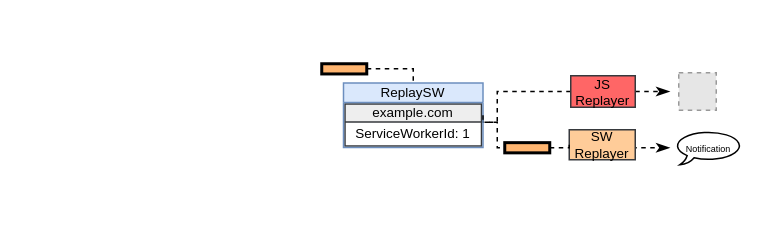
Before: page "sw-replayer" (6 of 6) of replay-diagrams.drawio in jallen89/jscapsule-figures, a draw.io diagram. Source tidied: cells renumbered, new cells numbered last; positions are measured from the earlier drawing's top-left corner, leaving out a move shared by most shapes. Both pictures are drawn from the tidied source at 150%, with x=0, y=0 at pixel (321, 63). Pictures stored in the file or linked from it are replaced by grey dashed boxes.
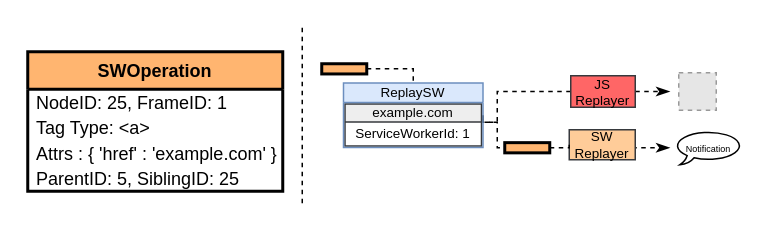
After the change.

Diff of the diagram source:
```diff
@@
-    <mxCell id="10" style="group;" parent="1" vertex="1">
-      <mxGeometry x="14.5" y="12.8" width="93" height="76" as="geometry" />
-    </mxCell>
-    <mxCell id="11" value="example.com" style="swimlane;fontStyle=0;horizontal=1;startSize=12;strokeWidth=1;fillColor=#eeeeee;strokeColor=#36393d;align=center;fontSize=9;" parent="10" vertex="1">
-      <mxGeometry x="1" y="14" width="91" height="28" as="geometry" />
-    </mxCell>
-    <mxCell id="12" value="ServiceWorkerId: 1" style="text;strokeColor=none;fillColor=none;align=center;verticalAlign=middle;spacingLeft=4;spacingRight=4;overflow=hidden;strokeWidth=1;fontSize=9;" parent="11" vertex="1">
-      <mxGeometry y="12" width="91" height="16" as="geometry" />
-    </mxCell>
-    <mxCell id="13" value="ReplaySW" style="swimlane;fillColor=#dae8fc;strokeColor=#6c8ebf;startSize=13;fontSize=9;fontStyle=0;" parent="10" vertex="1">
-      <mxGeometry width="93" height="43" as="geometry" />
-    </mxCell>
@@
+    <mxCell id="11" value="example.com" style="swimlane;fontStyle=0;horizontal=1;startSize=12;strokeWidth=1;fillColor=#eeeeee;strokeColor=#36393d;align=center;fontSize=9;" parent="1" vertex="1">
+      <mxGeometry x="15.5" y="26.8" width="91" height="28" as="geometry" />
+    </mxCell>
+    <mxCell id="12" value="ServiceWorkerId: 1" style="text;strokeColor=none;fillColor=none;align=center;verticalAlign=middle;spacingLeft=4;spacingRight=4;overflow=hidden;strokeWidth=1;fontSize=9;" parent="11" vertex="1">
+      <mxGeometry y="12" width="91" height="16" as="geometry" />
+    </mxCell>
+    <mxCell id="13" value="ReplaySW" style="swimlane;fillColor=#dae8fc;strokeColor=#6c8ebf;startSize=13;fontSize=9;fontStyle=0;" parent="1" vertex="1">
+      <mxGeometry x="14.5" y="12.8" width="93" height="43" as="geometry" />
+    </mxCell>
+    <mxCell id="18" value="SWOperation" style="swimlane;fontStyle=1;horizontal=1;startSize=25;fontFamily=Helvetica;strokeColor=#000000;strokeWidth=2;fillColor=#FFB570;gradientColor=none;" parent="1" vertex="1">
+      <mxGeometry x="-196" y="-8" width="170" height="93" as="geometry" />
+    </mxCell>
+    <mxCell id="19" value="NodeID: 25, FrameID: 1" style="text;strokeColor=none;fillColor=none;align=left;verticalAlign=middle;spacingLeft=4;spacingRight=4;overflow=hidden;fontFamily=Helvetica;" parent="18" vertex="1">
+      <mxGeometry y="25" width="170" height="17" as="geometry" />
+    </mxCell>
+    <mxCell id="20" value="Tag Type: &lt;a&gt;" style="text;strokeColor=none;fillColor=none;align=left;verticalAlign=middle;spacingLeft=4;spacingRight=4;overflow=hidden;fontFamily=Helvetica;" parent="18" vertex="1">
+      <mxGeometry y="42" width="170" height="17" as="geometry" />
+    </mxCell>
+    <mxCell id="21" value="Attrs : { 'href' : 'example.com' }" style="text;strokeColor=none;fillColor=none;align=left;verticalAlign=middle;spacingLeft=4;spacingRight=4;overflow=hidden;fontFamily=Helvetica;" parent="18" vertex="1">
+      <mxGeometry y="59" width="170" height="17" as="geometry" />
+    </mxCell>
+    <mxCell id="22" value="ParentID: 5, SiblingID: 25" style="text;strokeColor=none;fillColor=none;align=left;verticalAlign=middle;spacingLeft=4;spacingRight=4;overflow=hidden;fontFamily=Helvetica;" parent="18" vertex="1">
+      <mxGeometry y="76" width="170" height="17" as="geometry" />
+    </mxCell>
+    <mxCell id="23" style="endArrow=none;dashed=1;html=1;rounded=0;fontSize=9;" parent="1" edge="1">
+      <mxGeometry relative="1" as="geometry">
+        <mxPoint x="-13" y="93" as="sourcePoint" />
+        <mxPoint x="-13" y="-25" as="targetPoint" />
+      </mxGeometry>
+    </mxCell>
```
